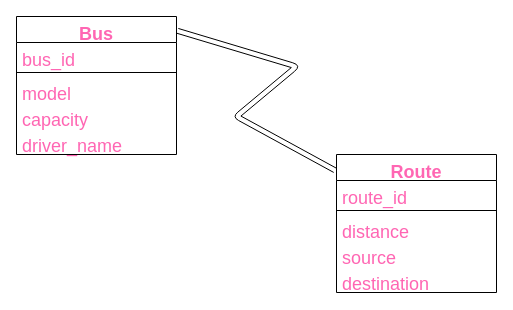
The draw.io diagram page "Tables" (2 of 3) of Transport_Company.drawio in Queeen520/DATABASE_PLANNING, before the edit. Source tidied: cells renumbered, new cells numbered last; positions are measured from the earlier drawing's top-left corner, leaving out a move shared by most shapes. Both pictures are drawn from the tidied source at 100%, with x=0, y=0 at pixel (16, 16).
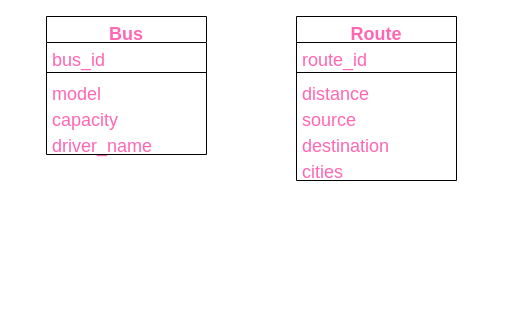
The same diagram, later.

Diff of the diagram source:
```diff
@@
 <mxGraphModel>
   <root>
     <mxCell id="0" />
     <mxCell id="1" parent="0" />
     <mxCell id="2" value="Bus" style="swimlane;fontStyle=1;align=center;verticalAlign=top;horizontal=1;startSize=26;fontSize=18;fontColor=#FF66B3;" parent="1" vertex="1">
-      <mxGeometry width="160" height="138" as="geometry" />
+      <mxGeometry x="30" width="160" height="138" as="geometry" />
     </mxCell>
     <mxCell id="3" value="bus_id" style="text;strokeColor=none;fillColor=none;align=left;verticalAlign=top;spacingLeft=4;spacingRight=4;overflow=hidden;fontSize=18;fontColor=#FF66B3;" parent="2" vertex="1">
       <mxGeometry y="26" width="160" height="26" as="geometry" />
     </mxCell>
     <mxCell id="4" style="line;strokeWidth=1;fillColor=none;align=left;verticalAlign=middle;spacingTop=-1;spacingLeft=3;spacingRight=3;labelPosition=right;fontSize=18;fontColor=#FF66B3;" parent="2" vertex="1">
       <mxGeometry y="52" width="160" height="8" as="geometry" />
     </mxCell>
     <mxCell id="5" value="model" style="text;strokeColor=none;fillColor=none;align=left;verticalAlign=top;spacingLeft=4;spacingRight=4;overflow=hidden;fontSize=18;fontColor=#FF66B3;" parent="2" vertex="1">
       <mxGeometry y="60" width="160" height="26" as="geometry" />
     </mxCell>
     <mxCell id="6" value="capacity" style="text;strokeColor=none;fillColor=none;align=left;verticalAlign=top;spacingLeft=4;spacingRight=4;overflow=hidden;fontSize=18;fontColor=#FF66B3;" parent="2" vertex="1">
       <mxGeometry y="86" width="160" height="26" as="geometry" />
     </mxCell>
     <mxCell id="7" value="driver_name" style="text;strokeColor=none;fillColor=none;align=left;verticalAlign=top;spacingLeft=4;spacingRight=4;overflow=hidden;fontSize=18;fontColor=#FF66B3;" parent="2" vertex="1">
       <mxGeometry y="112" width="160" height="26" as="geometry" />
     </mxCell>
     <mxCell id="8" value="Route" style="swimlane;fontStyle=1;align=center;verticalAlign=top;horizontal=1;startSize=26;fontSize=18;fontColor=#FF66B3;" parent="1" vertex="1">
-      <mxGeometry x="320" y="138" width="160" height="138" as="geometry" />
+      <mxGeometry x="280" width="160" height="164" as="geometry" />
     </mxCell>
     <mxCell id="9" value="route_id" style="text;strokeColor=none;fillColor=none;align=left;verticalAlign=top;spacingLeft=4;spacingRight=4;overflow=hidden;fontSize=18;fontColor=#FF66B3;" parent="8" vertex="1">
       <mxGeometry y="26" width="160" height="26" as="geometry" />
     </mxCell>
     <mxCell id="10" style="line;strokeWidth=1;fillColor=none;align=left;verticalAlign=middle;spacingTop=-1;spacingLeft=3;spacingRight=3;labelPosition=right;fontSize=18;fontColor=#FF66B3;" parent="8" vertex="1">
       <mxGeometry y="52" width="160" height="8" as="geometry" />
     </mxCell>
     <mxCell id="11" value="distance" style="text;strokeColor=none;fillColor=none;align=left;verticalAlign=top;spacingLeft=4;spacingRight=4;overflow=hidden;fontSize=18;fontColor=#FF66B3;" parent="8" vertex="1">
       <mxGeometry y="60" width="160" height="26" as="geometry" />
     </mxCell>
     <mxCell id="12" value="source" style="text;strokeColor=none;fillColor=none;align=left;verticalAlign=top;spacingLeft=4;spacingRight=4;overflow=hidden;fontSize=18;fontColor=#FF66B3;" parent="8" vertex="1">
       <mxGeometry y="86" width="160" height="26" as="geometry" />
     </mxCell>
     <mxCell id="13" value="destination" style="text;strokeColor=none;fillColor=none;align=left;verticalAlign=top;spacingLeft=4;spacingRight=4;overflow=hidden;fontSize=18;fontColor=#FF66B3;" parent="8" vertex="1">
       <mxGeometry y="112" width="160" height="26" as="geometry" />
     </mxCell>
-    <mxCell id="14" style="endArrow=classic;html=1;fontSize=18;fontColor=#FF66B3;entryX=-0.01;entryY=0.114;entryDx=0;entryDy=0;entryPerimeter=0;exitX=1.007;exitY=0.104;exitDx=0;exitDy=0;exitPerimeter=0;shape=link;width=5;" parent="1" edge="1" source="2" target="8">
-      <mxGeometry relative="1" as="geometry">
-        <Array as="points">
-          <mxPoint x="280" y="50" />
-          <mxPoint x="220" y="100" />
-        </Array>
-      </mxGeometry>
-    </mxCell>
+    <mxCell id="15" value="cities" style="text;strokeColor=none;fillColor=none;align=left;verticalAlign=top;spacingLeft=4;spacingRight=4;overflow=hidden;fontSize=18;fontColor=#FF66B3;" parent="8" vertex="1">
+      <mxGeometry y="138" width="160" height="26" as="geometry" />
+    </mxCell>
   </root>
 </mxGraphModel>
```
